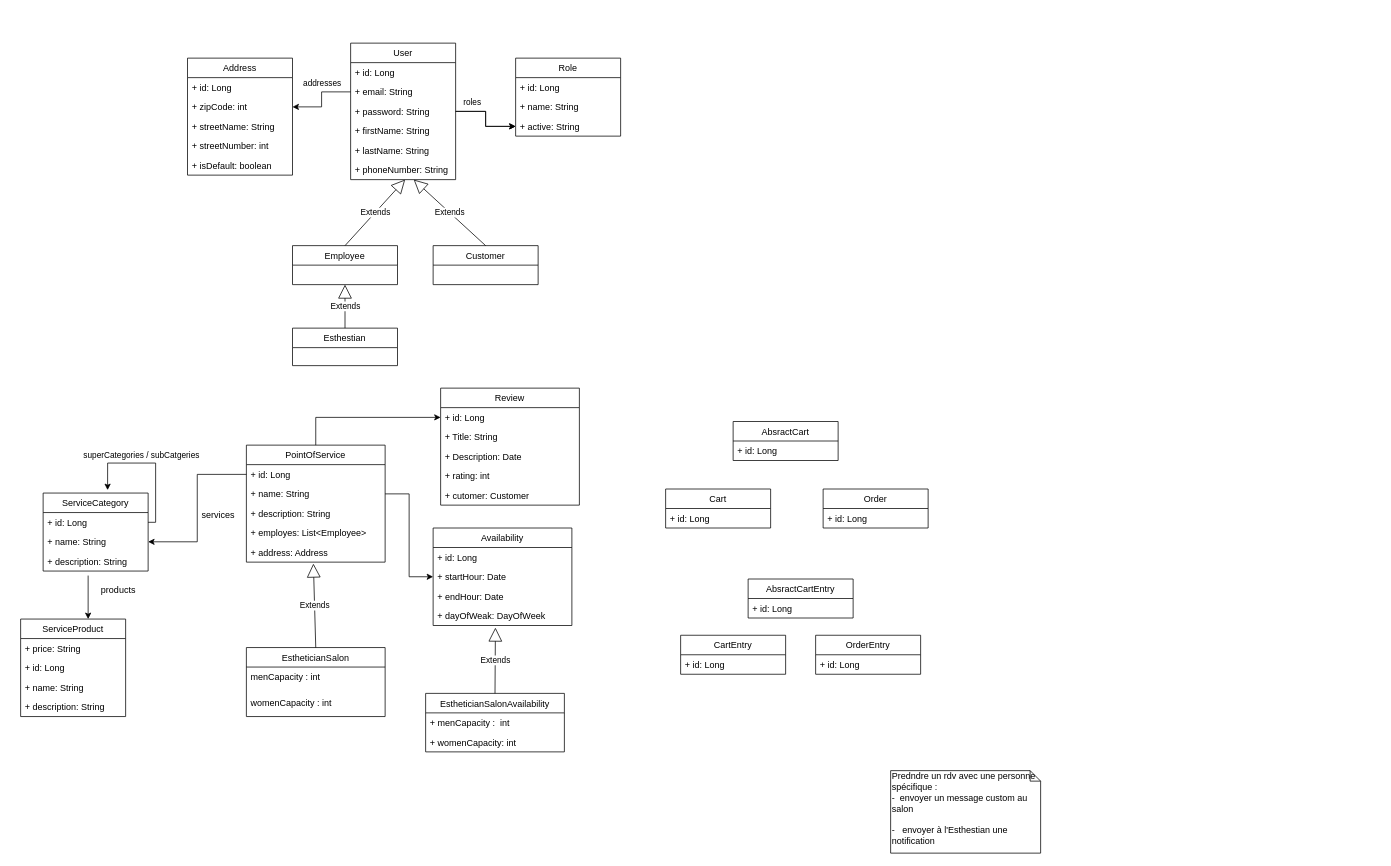
The draw.io diagram wecoif - enteties diagram.drawio in elaissoussi/draw.io, before the edit. Source tidied: cells renumbered, new cells numbered last; positions are measured from the earlier drawing's top-left corner, leaving out a move shared by most shapes. Both pictures are drawn from the tidied source at 75%, with x=0, y=0 at pixel (20, 43).
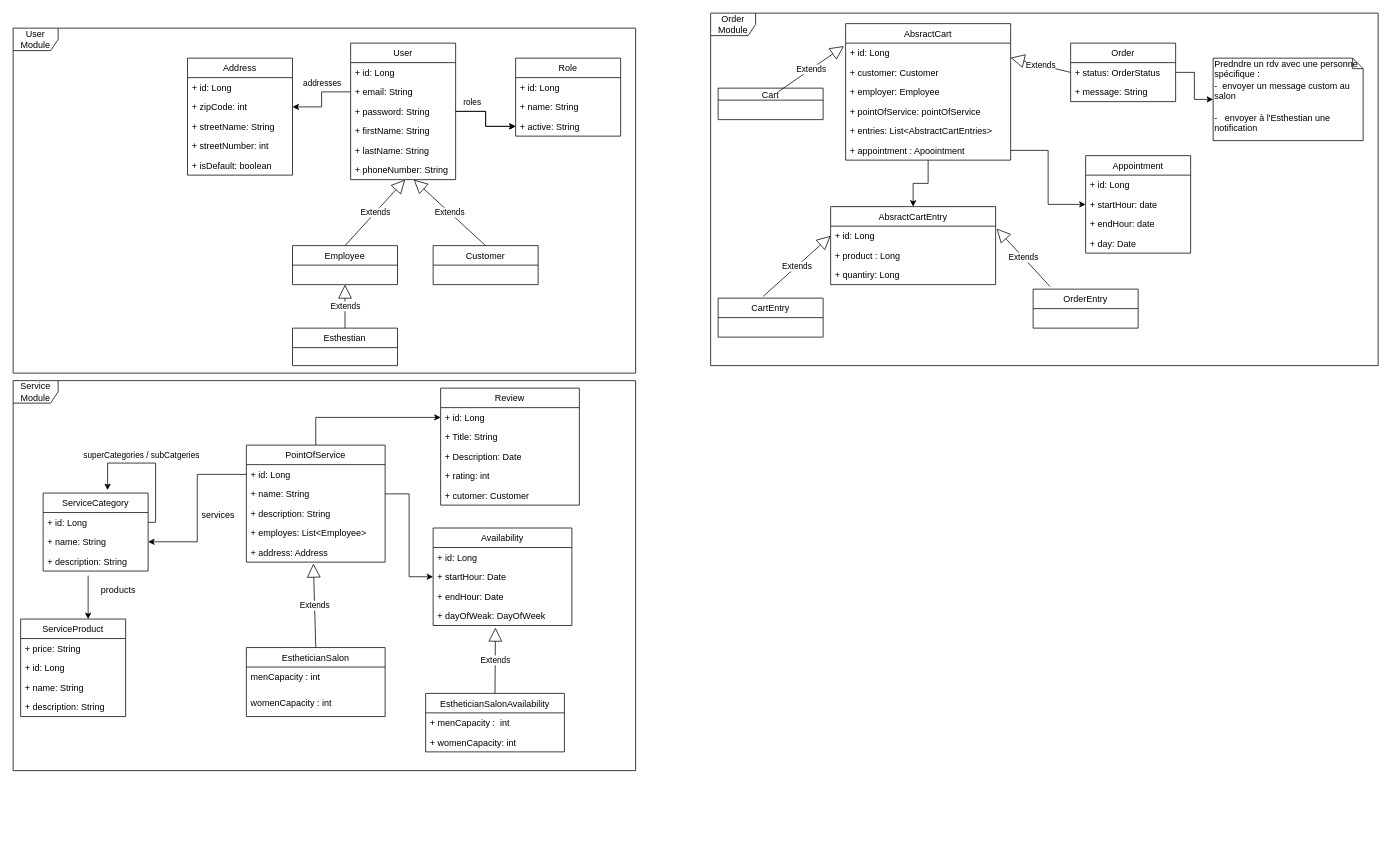
The same diagram, later.

Diff of the diagram source:
```diff
@@
     <mxCell id="27" value="Predndre un rdv avec une personne spécifique :&amp;nbsp;&lt;br&gt;-&amp;nbsp; envoyer un message custom au salon&amp;nbsp;&lt;br&gt;&lt;br&gt;-&amp;nbsp; &amp;nbsp;envoyer à l'Esthestian une notification" style="shape=note;whiteSpace=wrap;html=1;size=14;verticalAlign=top;align=left;spacingTop=-6;" parent="1" vertex="1">
-      <mxGeometry x="1160" y="970" width="200" height="110" as="geometry" />
+      <mxGeometry x="1590" y="20" width="200" height="110" as="geometry" />
     </mxCell>
-    <mxCell id="28" value="AbsractCart" style="swimlane;fontStyle=0;horizontal=1;startSize=26;fillColor=none;" parent="1" vertex="1">
-      <mxGeometry x="950" y="504.5" width="140" height="52" as="geometry" />
-    </mxCell>
-    <mxCell id="29" value="+ id: Long" style="text;strokeColor=none;fillColor=none;align=left;verticalAlign=top;spacingLeft=4;spacingRight=4;overflow=hidden;points=[[0,0.5],[1,0.5]];portConstraint=eastwest;" parent="28" vertex="1">
-      <mxGeometry y="26" width="140" height="26" as="geometry" />
-    </mxCell>
-    <mxCell id="30" value="Cart" style="swimlane;fontStyle=0;horizontal=1;startSize=26;fillColor=none;" parent="1" vertex="1">
-      <mxGeometry x="860" y="594.5" width="140" height="52" as="geometry" />
-    </mxCell>
-    <mxCell id="31" value="+ id: Long" style="text;strokeColor=none;fillColor=none;align=left;verticalAlign=top;spacingLeft=4;spacingRight=4;overflow=hidden;" parent="30" vertex="1">
-      <mxGeometry y="26" width="140" height="26" as="geometry" />
-    </mxCell>
-    <mxCell id="32" value="Order" style="swimlane;fontStyle=0;horizontal=1;startSize=26;fillColor=none;" parent="1" vertex="1">
-      <mxGeometry x="1070" y="594.5" width="140" height="52" as="geometry" />
-    </mxCell>
-    <mxCell id="33" value="+ id: Long" style="text;strokeColor=none;fillColor=none;align=left;verticalAlign=top;spacingLeft=4;spacingRight=4;overflow=hidden;" parent="32" vertex="1">
-      <mxGeometry y="26" width="140" height="26" as="geometry" />
-    </mxCell>
-    <mxCell id="34" value="CartEntry" style="swimlane;fontStyle=0;horizontal=1;startSize=26;fillColor=none;" parent="1" vertex="1">
-      <mxGeometry x="880" y="789.5" width="140" height="52" as="geometry" />
-    </mxCell>
-    <mxCell id="35" value="+ id: Long" style="text;strokeColor=none;fillColor=none;align=left;verticalAlign=top;spacingLeft=4;spacingRight=4;overflow=hidden;" parent="34" vertex="1">
-      <mxGeometry y="26" width="140" height="26" as="geometry" />
-    </mxCell>
-    <mxCell id="36" value="OrderEntry" style="swimlane;fontStyle=0;horizontal=1;startSize=26;fillColor=none;" parent="1" vertex="1">
-      <mxGeometry x="1060" y="789.5" width="140" height="52" as="geometry" />
-    </mxCell>
-    <mxCell id="37" value="+ id: Long" style="text;strokeColor=none;fillColor=none;align=left;verticalAlign=top;spacingLeft=4;spacingRight=4;overflow=hidden;" parent="36" vertex="1">
-      <mxGeometry y="26" width="140" height="26" as="geometry" />
-    </mxCell>
-    <mxCell id="38" value="AbsractCartEntry" style="swimlane;fontStyle=0;horizontal=1;startSize=26;fillColor=none;" parent="1" vertex="1">
-      <mxGeometry x="970" y="714.5" width="140" height="52" as="geometry" />
-    </mxCell>
-    <mxCell id="39" value="+ id: Long" style="text;strokeColor=none;fillColor=none;align=left;verticalAlign=top;spacingLeft=4;spacingRight=4;overflow=hidden;points=[[0,0.5],[1,0.5]];portConstraint=eastwest;" parent="38" vertex="1">
-      <mxGeometry y="26" width="140" height="26" as="geometry" />
-    </mxCell>
@@
+    <mxCell id="88" style="edgeStyle=orthogonalEdgeStyle;rounded=0;jettySize=auto;html=1;entryX=0.5;entryY=0;entryDx=0;entryDy=0;" parent="1" edge="1" source="28" target="38">
+      <mxGeometry relative="1" as="geometry" />
+    </mxCell>
+    <mxCell id="32" value="Order" style="swimlane;fontStyle=0;horizontal=1;startSize=26;fillColor=none;" parent="1" vertex="1">
+      <mxGeometry x="1400" width="140" height="78" as="geometry" />
+    </mxCell>
+    <mxCell id="89" value="+ status: OrderStatus" style="text;strokeColor=none;fillColor=none;align=left;verticalAlign=top;spacingLeft=4;spacingRight=4;overflow=hidden;points=[[0,0.5],[1,0.5]];portConstraint=eastwest;" parent="32" vertex="1">
+      <mxGeometry y="26" width="140" height="26" as="geometry" />
+    </mxCell>
+    <mxCell id="90" value="+ message: String" style="text;strokeColor=none;fillColor=none;align=left;verticalAlign=top;spacingLeft=4;spacingRight=4;overflow=hidden;" parent="32" vertex="1">
+      <mxGeometry y="52" width="140" height="26" as="geometry" />
+    </mxCell>
+    <mxCell id="28" value="AbsractCart" style="swimlane;fontStyle=0;horizontal=1;startSize=26;fillColor=none;" parent="1" vertex="1">
+      <mxGeometry x="1100" y="-26" width="220" height="182" as="geometry" />
+    </mxCell>
+    <mxCell id="29" value="+ id: Long" style="text;strokeColor=none;fillColor=none;align=left;verticalAlign=top;spacingLeft=4;spacingRight=4;overflow=hidden;points=[[0,0.5],[1,0.5]];portConstraint=eastwest;" parent="28" vertex="1">
+      <mxGeometry y="26" width="220" height="26" as="geometry" />
+    </mxCell>
+    <mxCell id="91" value="+ customer: Customer" style="text;strokeColor=none;fillColor=none;align=left;verticalAlign=top;spacingLeft=4;spacingRight=4;overflow=hidden;" parent="28" vertex="1">
+      <mxGeometry y="52" width="220" height="26" as="geometry" />
+    </mxCell>
+    <mxCell id="92" value="+ employer: Employee" style="text;strokeColor=none;fillColor=none;align=left;verticalAlign=top;spacingLeft=4;spacingRight=4;overflow=hidden;" parent="28" vertex="1">
+      <mxGeometry y="78" width="220" height="26" as="geometry" />
+    </mxCell>
+    <mxCell id="93" value="+ pointOfService: pointOfService" style="text;strokeColor=none;fillColor=none;align=left;verticalAlign=top;spacingLeft=4;spacingRight=4;overflow=hidden;" parent="28" vertex="1">
+      <mxGeometry y="104" width="220" height="26" as="geometry" />
+    </mxCell>
+    <mxCell id="94" value="+ entries: List&lt;AbstractCartEntries&gt;" style="text;strokeColor=none;fillColor=none;align=left;verticalAlign=top;spacingLeft=4;spacingRight=4;overflow=hidden;" parent="28" vertex="1">
+      <mxGeometry y="130" width="220" height="26" as="geometry" />
+    </mxCell>
+    <mxCell id="95" value="+ appointment : Apoointment" style="text;strokeColor=none;fillColor=none;align=left;verticalAlign=top;spacingLeft=4;spacingRight=4;overflow=hidden;points=[[0,0.5],[1,0.5]];portConstraint=eastwest;" parent="28" vertex="1">
+      <mxGeometry y="156" width="220" height="26" as="geometry" />
+    </mxCell>
@@
+    <mxCell id="30" value="Cart" style="swimlane;fontStyle=0;horizontal=1;startSize=16;fillColor=none;" parent="1" vertex="1">
+      <mxGeometry x="930" y="60" width="140" height="42" as="geometry" />
+    </mxCell>
@@
+    <mxCell id="96" value="User Module" style="shape=umlFrame;whiteSpace=wrap;html=1;" parent="1" vertex="1">
+      <mxGeometry x="-10" y="-20" width="830" height="460" as="geometry" />
+    </mxCell>
+    <mxCell id="97" value="Service Module" style="shape=umlFrame;whiteSpace=wrap;html=1;" parent="1" vertex="1">
+      <mxGeometry x="-10" y="450" width="830" height="520" as="geometry" />
+    </mxCell>
+    <mxCell id="98" value="Extends" style="endArrow=block;endSize=16;endFill=0;html=1;entryX=-0.01;entryY=0.154;entryDx=0;entryDy=0;entryPerimeter=0;exitX=1;exitY=0.5;exitDx=0;exitDy=0;" parent="1" edge="1" target="29">
+      <mxGeometry relative="1" as="geometry">
+        <mxPoint x="1010" y="65" as="sourcePoint" />
+      </mxGeometry>
+    </mxCell>
+    <mxCell id="99" value="Extends" style="endArrow=block;endSize=16;endFill=0;html=1;entryX=1;entryY=0.25;entryDx=0;entryDy=0;exitX=0;exitY=0.5;exitDx=0;exitDy=0;" parent="1" edge="1" source="32" target="28">
+      <mxGeometry relative="1" as="geometry" />
+    </mxCell>
+    <mxCell id="100" value="Extends" style="endArrow=block;endSize=16;endFill=0;html=1;entryX=0;entryY=0.5;entryDx=0;entryDy=0;exitX=0.429;exitY=-0.045;exitDx=0;exitDy=0;exitPerimeter=0;" parent="1" edge="1" source="34" target="39">
+      <mxGeometry relative="1" as="geometry" />
+    </mxCell>
+    <mxCell id="101" value="Extends" style="endArrow=block;endSize=16;endFill=0;html=1;entryX=1.006;entryY=0.128;entryDx=0;entryDy=0;entryPerimeter=0;exitX=0.162;exitY=-0.064;exitDx=0;exitDy=0;exitPerimeter=0;" parent="1" edge="1" source="36" target="39">
+      <mxGeometry relative="1" as="geometry" />
+    </mxCell>
+    <mxCell id="102" value="Appointment" style="swimlane;fontStyle=0;horizontal=1;startSize=26;fillColor=none;" parent="1" vertex="1">
+      <mxGeometry x="1420" y="150" width="140" height="130" as="geometry" />
+    </mxCell>
+    <mxCell id="103" value="+ id: Long" style="text;strokeColor=none;fillColor=none;align=left;verticalAlign=top;spacingLeft=4;spacingRight=4;overflow=hidden;" parent="102" vertex="1">
+      <mxGeometry y="26" width="140" height="26" as="geometry" />
+    </mxCell>
+    <mxCell id="104" value="+ startHour: date" style="text;strokeColor=none;fillColor=none;align=left;verticalAlign=top;spacingLeft=4;spacingRight=4;overflow=hidden;points=[[0,0.5],[1,0.5]];portConstraint=eastwest;" parent="102" vertex="1">
+      <mxGeometry y="52" width="140" height="26" as="geometry" />
+    </mxCell>
+    <mxCell id="105" value="+ endHour: date" style="text;strokeColor=none;fillColor=none;align=left;verticalAlign=top;spacingLeft=4;spacingRight=4;overflow=hidden;" parent="102" vertex="1">
+      <mxGeometry y="78" width="140" height="26" as="geometry" />
+    </mxCell>
+    <mxCell id="106" value="+ day: Date" style="text;strokeColor=none;fillColor=none;align=left;verticalAlign=top;spacingLeft=4;spacingRight=4;overflow=hidden;" parent="102" vertex="1">
+      <mxGeometry y="104" width="140" height="26" as="geometry" />
+    </mxCell>
+    <mxCell id="107" style="edgeStyle=orthogonalEdgeStyle;rounded=0;jettySize=auto;html=1;exitX=1;exitY=0.5;exitDx=0;exitDy=0;entryX=0;entryY=0.5;entryDx=0;entryDy=0;" parent="1" edge="1" source="95" target="104">
+      <mxGeometry relative="1" as="geometry" />
+    </mxCell>
+    <mxCell id="34" value="CartEntry" style="swimlane;fontStyle=0;horizontal=1;startSize=26;fillColor=none;" parent="1" vertex="1">
+      <mxGeometry x="930" y="340" width="140" height="52" as="geometry" />
+    </mxCell>
+    <mxCell id="36" value="OrderEntry" style="swimlane;fontStyle=0;horizontal=1;startSize=26;fillColor=none;" parent="1" vertex="1">
+      <mxGeometry x="1350" y="328" width="140" height="52" as="geometry" />
+    </mxCell>
+    <mxCell id="108" style="edgeStyle=orthogonalEdgeStyle;rounded=0;jettySize=auto;html=1;exitX=1;exitY=0.5;exitDx=0;exitDy=0;" parent="1" edge="1" source="89" target="27">
+      <mxGeometry relative="1" as="geometry" />
+    </mxCell>
+    <mxCell id="38" value="AbsractCartEntry" style="swimlane;fontStyle=0;horizontal=1;startSize=26;fillColor=none;" parent="1" vertex="1">
+      <mxGeometry x="1080" y="218" width="220" height="104" as="geometry" />
+    </mxCell>
+    <mxCell id="39" value="+ id: Long" style="text;strokeColor=none;fillColor=none;align=left;verticalAlign=top;spacingLeft=4;spacingRight=4;overflow=hidden;points=[[0,0.5],[1,0.5]];portConstraint=eastwest;" parent="38" vertex="1">
+      <mxGeometry y="26" width="220" height="26" as="geometry" />
+    </mxCell>
+    <mxCell id="109" value="+ product : Long" style="text;strokeColor=none;fillColor=none;align=left;verticalAlign=top;spacingLeft=4;spacingRight=4;overflow=hidden;" parent="38" vertex="1">
+      <mxGeometry y="52" width="220" height="26" as="geometry" />
+    </mxCell>
+    <mxCell id="110" value="+ quantiry: Long" style="text;strokeColor=none;fillColor=none;align=left;verticalAlign=top;spacingLeft=4;spacingRight=4;overflow=hidden;" parent="38" vertex="1">
+      <mxGeometry y="78" width="220" height="26" as="geometry" />
+    </mxCell>
+    <mxCell id="111" value="Order Module" style="shape=umlFrame;whiteSpace=wrap;html=1;" parent="1" vertex="1">
+      <mxGeometry x="920" y="-40" width="890" height="470" as="geometry" />
+    </mxCell>
```
